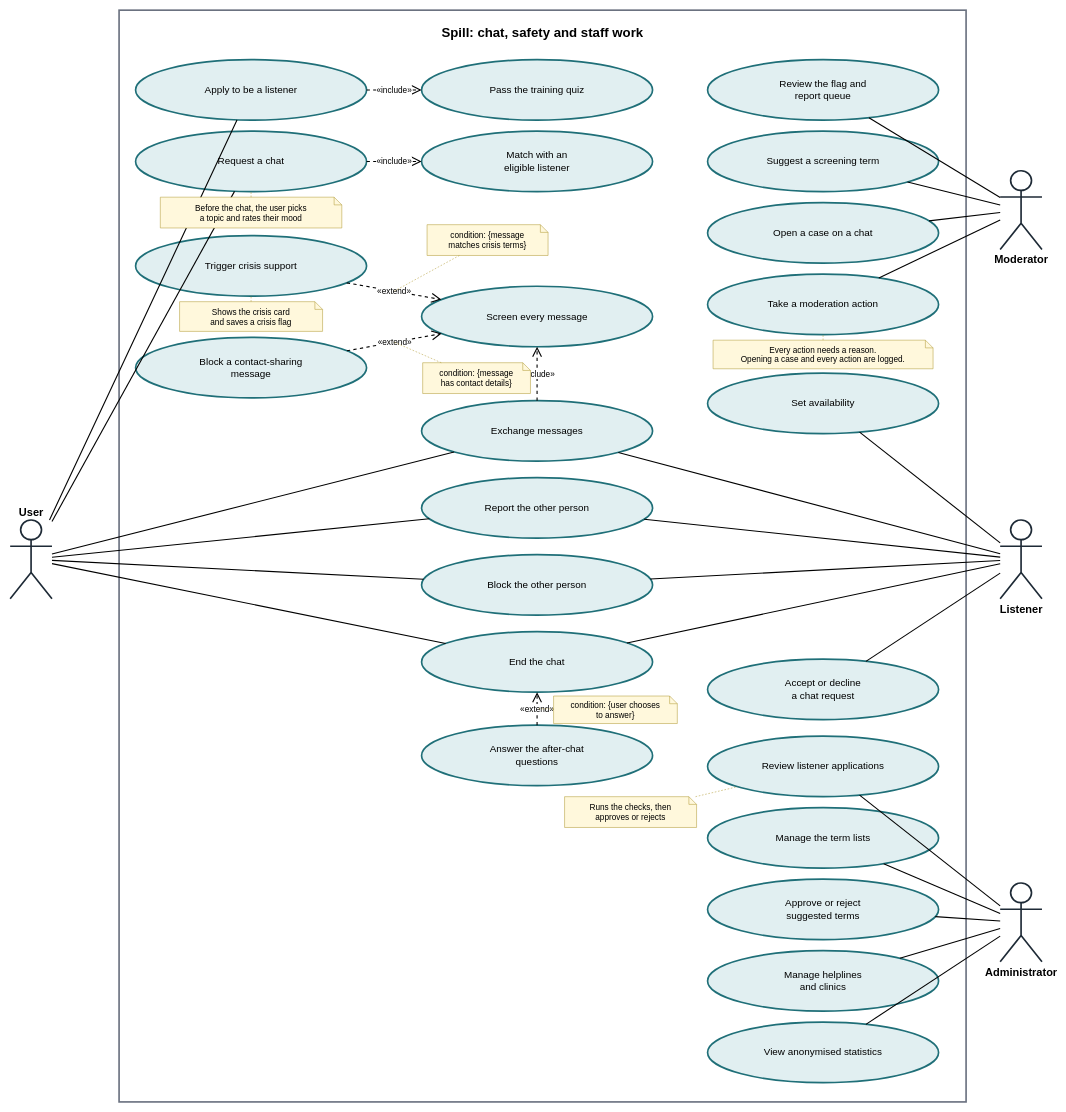
Teta-Dianah/spill keeps this draw.io diagram as docs/diagrams/B2-use-cases-chat-staff.drawio. Above is the earlier version. Source tidied: cells renumbered, new cells numbered last; positions are measured from the earlier drawing's top-left corner, leaving out a move shared by most shapes. Both pictures are drawn from the tidied source at 55%, with x=0, y=0 at pixel (10, 10).
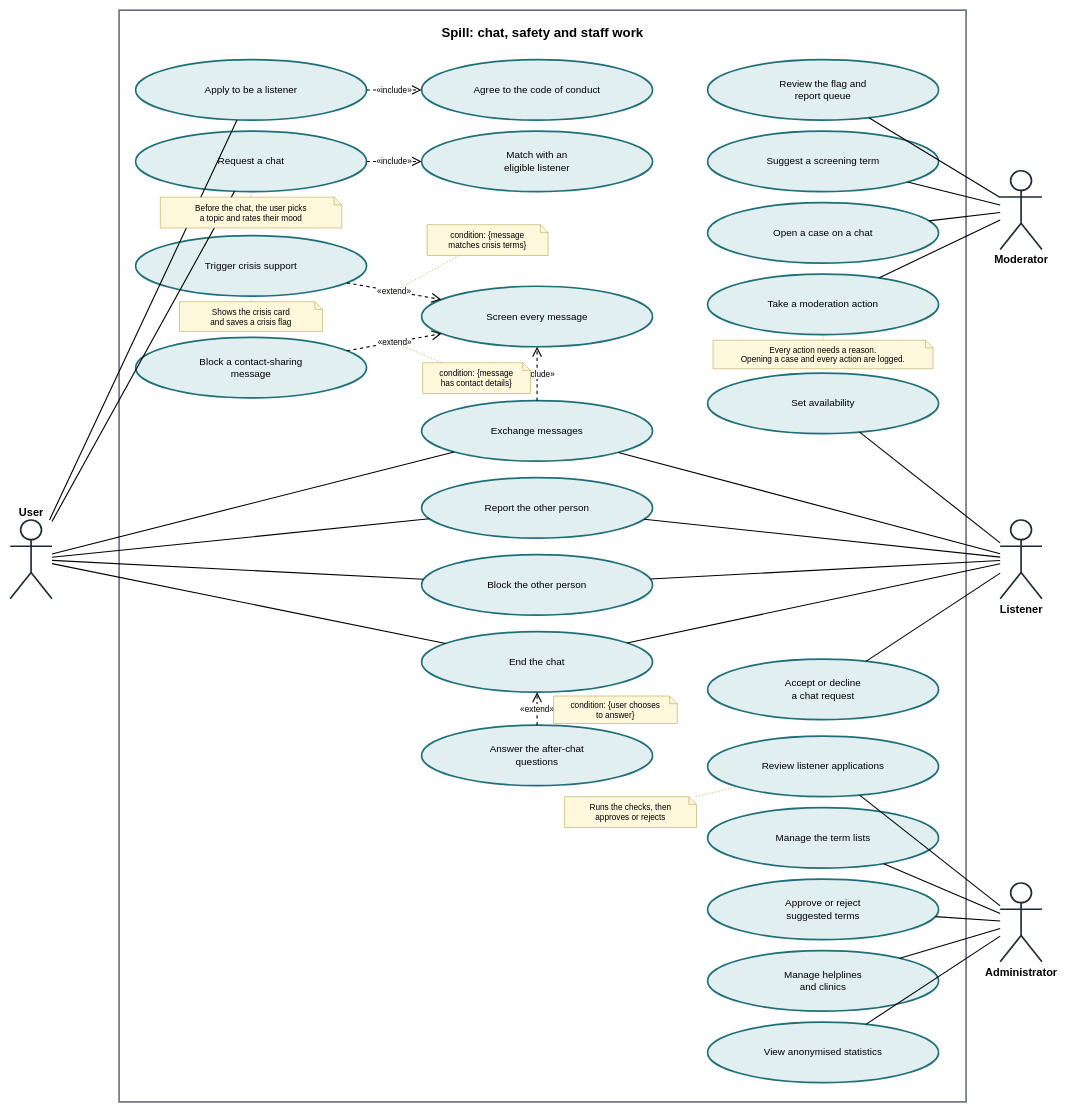
After the change.

Commit message (it also covers changes not shown here):
SRS 3.1: B2 applying includes the code of conduct, revision row (#113)

The edit, as a diff of the source:
```diff
@@
-    <mxCell id="11" value="Pass the training quiz" style="ellipse;whiteSpace=wrap;html=1;fillColor=#e1eff1;strokeColor=#1f6f78;strokeWidth=3;fontSize=18;" parent="1" vertex="1">
+    <mxCell id="11" value="Agree to the code of conduct" style="ellipse;whiteSpace=wrap;html=1;fillColor=#e1eff1;strokeColor=#1f6f78;strokeWidth=3;fontSize=18;" parent="1" vertex="1">
       <mxGeometry x="748" y="90" width="420" height="110" as="geometry" />
     </mxCell>
```
